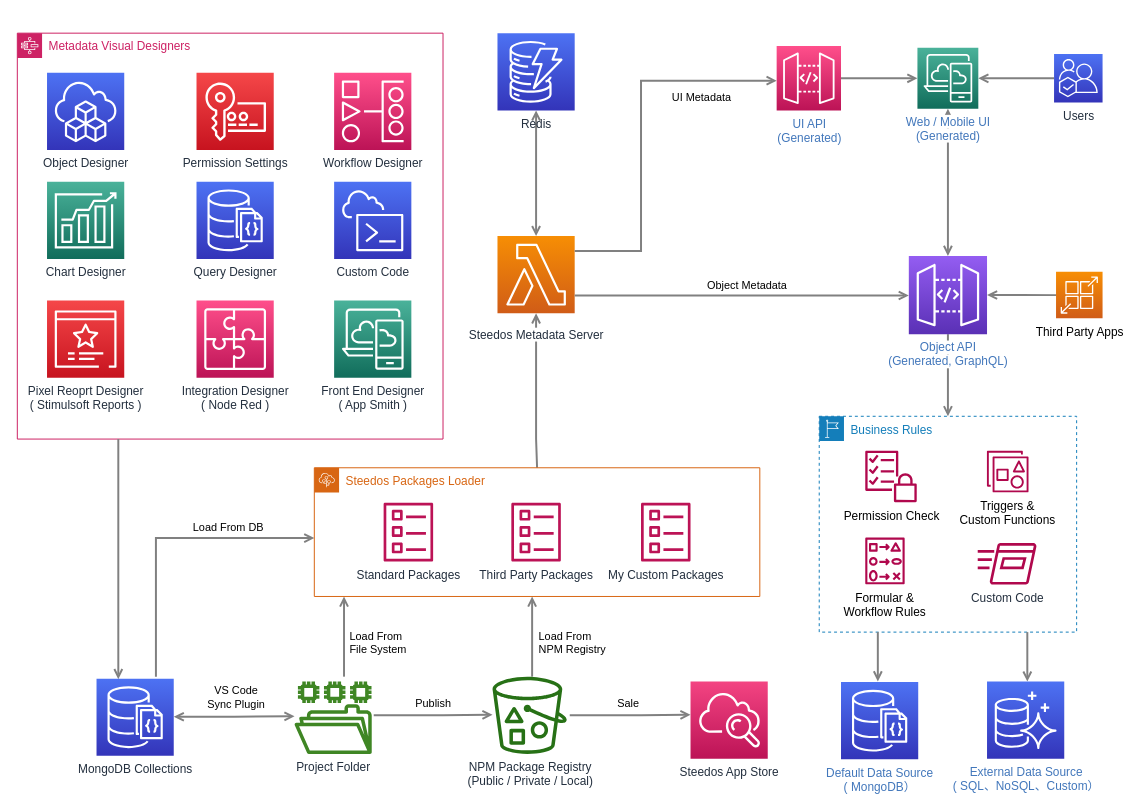
Earlier version of the draw.io diagram docs/diagrams/Steedos Packages.drawio (steedos/steedos-platform). Source tidied: cells renumbered, new cells numbered last; positions are measured from the earlier drawing's top-left corner, leaving out a move shared by most shapes. Both pictures are drawn from the tidied source at 99%, with x=0, y=0 at pixel (17, 33).
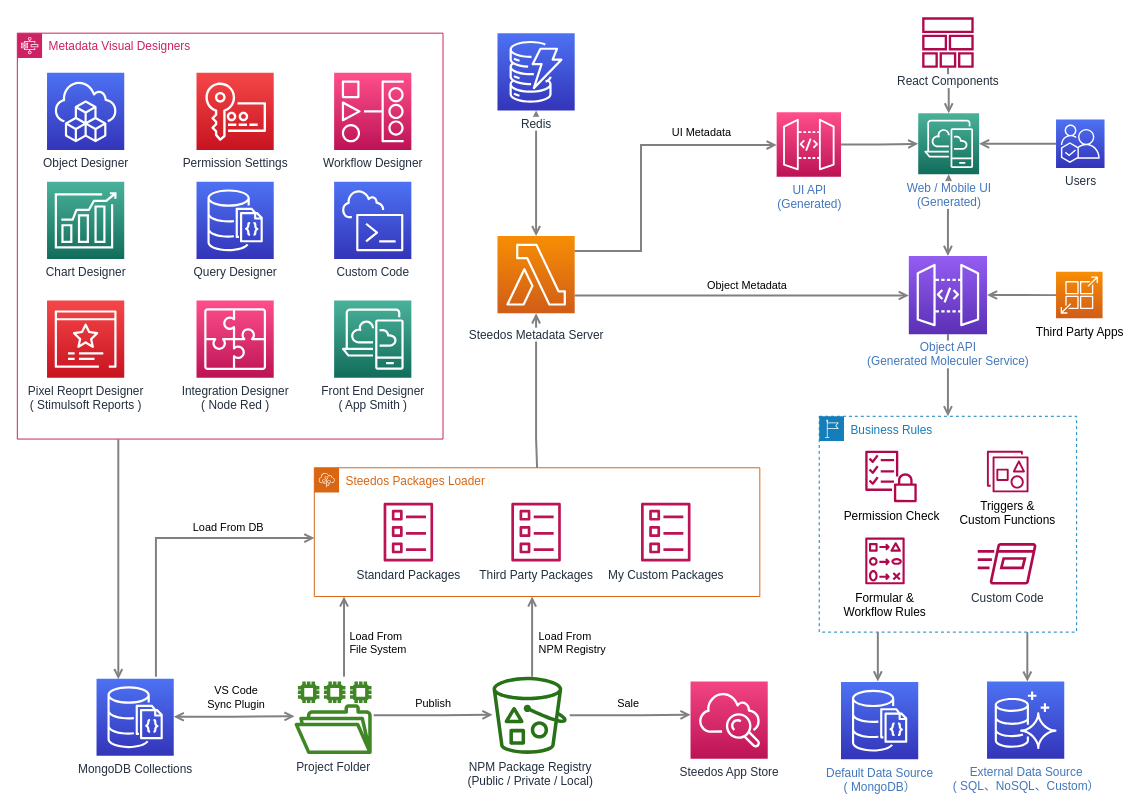
The same page after the edit.

Commit message (it also covers changes not shown here):
steedos packages

Unchanged cells that the change refers to:
```xml
<mxCell id="19" value="Steedos Metadata Server" style="outlineConnect=0;fontColor=#232F3E;gradientColor=#F78E04;gradientDirection=north;fillColor=#D05C17;strokeColor=#ffffff;dashed=0;verticalLabelPosition=bottom;verticalAlign=top;align=center;html=1;fontSize=12;fontStyle=0;shape=mxgraph.aws4.resourceIcon;resIcon=mxgraph.aws4.lambda;labelBackgroundColor=#ffffff;spacingTop=8;" parent="1" vertex="1">
  <mxGeometry x="485" y="205" width="78" height="78" as="geometry" />
</mxCell>
```

Change to the diagram source:
```diff
@@
-    <mxCell id="32" value="Redis" style="sketch=0;points=[[0,0,0],[0.25,0,0],[0.5,0,0],[0.75,0,0],[1,0,0],[0,1,0],[0.25,1,0],[0.5,1,0],[0.75,1,0],[1,1,0],[0,0.25,0],[0,0.5,0],[0,0.75,0],[1,0.25,0],[1,0.5,0],[1,0.75,0]];outlineConnect=0;fontColor=#232F3E;gradientColor=#4D72F3;gradientDirection=north;fillColor=#3334B9;strokeColor=#ffffff;dashed=0;verticalLabelPosition=bottom;verticalAlign=top;align=center;html=1;fontSize=12;fontStyle=0;shape=mxgraph.aws4.resourceIcon;resIcon=mxgraph.aws4.dynamodb;" parent="1" vertex="1">
+    <mxCell id="32" value="&lt;span style=&quot;background-color: rgb(255 , 255 , 255)&quot;&gt;Redis&lt;/span&gt;" style="sketch=0;points=[[0,0,0],[0.25,0,0],[0.5,0,0],[0.75,0,0],[1,0,0],[0,1,0],[0.25,1,0],[0.5,1,0],[0.75,1,0],[1,1,0],[0,0.25,0],[0,0.5,0],[0,0.75,0],[1,0.25,0],[1,0.5,0],[1,0.75,0]];outlineConnect=0;fontColor=#232F3E;gradientColor=#4D72F3;gradientDirection=north;fillColor=#3334B9;strokeColor=#ffffff;dashed=0;verticalLabelPosition=bottom;verticalAlign=top;align=center;html=1;fontSize=12;fontStyle=0;shape=mxgraph.aws4.resourceIcon;resIcon=mxgraph.aws4.dynamodb;" parent="1" vertex="1">
       <mxGeometry x="485" width="78" height="78" as="geometry" />
     </mxCell>
@@
     <mxCell id="34" style="edgeStyle=orthogonalEdgeStyle;rounded=0;jettySize=auto;html=1;startArrow=none;startFill=0;endArrow=open;endFill=0;strokeColor=#808080;strokeWidth=2;" parent="1" edge="1" source="19" target="48">
       <mxGeometry relative="1" as="geometry">
         <Array as="points">
           <mxPoint x="630" y="220" />
-          <mxPoint x="630" y="48" />
+          <mxPoint x="630" y="113" />
         </Array>
       </mxGeometry>
     </mxCell>
@@
     <mxCell id="48" value="&lt;span style=&quot;color: rgb(66 , 119 , 187) ; background-color: rgb(255 , 255 , 255)&quot;&gt;UI API&lt;/span&gt;&lt;br style=&quot;color: rgb(66 , 119 , 187)&quot;&gt;&lt;span style=&quot;color: rgb(66 , 119 , 187) ; background-color: rgb(255 , 255 , 255)&quot;&gt;(Generated)&lt;/span&gt;" style="sketch=0;points=[[0,0,0],[0.25,0,0],[0.5,0,0],[0.75,0,0],[1,0,0],[0,1,0],[0.25,1,0],[0.5,1,0],[0.75,1,0],[1,1,0],[0,0.25,0],[0,0.5,0],[0,0.75,0],[1,0.25,0],[1,0.5,0],[1,0.75,0]];outlineConnect=0;fontColor=#232F3E;gradientColor=#FF4F8B;gradientDirection=north;fillColor=#BC1356;strokeColor=#ffffff;dashed=0;verticalLabelPosition=bottom;verticalAlign=top;align=center;html=1;fontSize=12;fontStyle=0;shape=mxgraph.aws4.resourceIcon;resIcon=mxgraph.aws4.api_gateway;" parent="1" vertex="1">
-      <mxGeometry x="767" y="13" width="65" height="65" as="geometry" />
+      <mxGeometry x="767" y="80" width="65" height="65" as="geometry" />
     </mxCell>
-    <mxCell id="49" value="&lt;span style=&quot;color: rgb(66 , 119 , 187) ; background-color: rgb(255 , 255 , 255)&quot;&gt;Object API&lt;/span&gt;&lt;br style=&quot;color: rgb(66 , 119 , 187)&quot;&gt;&lt;span style=&quot;color: rgb(66 , 119 , 187) ; background-color: rgb(255 , 255 , 255)&quot;&gt;(Generated, GraphQL)&lt;/span&gt;" style="sketch=0;points=[[0,0,0],[0.25,0,0],[0.5,0,0],[0.75,0,0],[1,0,0],[0,1,0],[0.25,1,0],[0.5,1,0],[0.75,1,0],[1,1,0],[0,0.25,0],[0,0.5,0],[0,0.75,0],[1,0.25,0],[1,0.5,0],[1,0.75,0]];outlineConnect=0;fontColor=#232F3E;gradientColor=#945DF2;gradientDirection=north;fillColor=#5A30B5;strokeColor=#ffffff;dashed=0;verticalLabelPosition=bottom;verticalAlign=top;align=center;html=1;fontSize=12;fontStyle=0;shape=mxgraph.aws4.resourceIcon;resIcon=mxgraph.aws4.api_gateway;" parent="1" vertex="1">
+    <mxCell id="49" value="&lt;span style=&quot;color: rgb(66 , 119 , 187) ; background-color: rgb(255 , 255 , 255)&quot;&gt;Object API&lt;/span&gt;&lt;br style=&quot;color: rgb(66 , 119 , 187)&quot;&gt;&lt;span style=&quot;background-color: rgb(255 , 255 , 255)&quot;&gt;&lt;font color=&quot;#4277bb&quot;&gt;(Generated Moleculer Service)&lt;/font&gt;&lt;/span&gt;" style="sketch=0;points=[[0,0,0],[0.25,0,0],[0.5,0,0],[0.75,0,0],[1,0,0],[0,1,0],[0.25,1,0],[0.5,1,0],[0.75,1,0],[1,1,0],[0,0.25,0],[0,0.5,0],[0,0.75,0],[1,0.25,0],[1,0.5,0],[1,0.75,0]];outlineConnect=0;fontColor=#232F3E;gradientColor=#945DF2;gradientDirection=north;fillColor=#5A30B5;strokeColor=#ffffff;dashed=0;verticalLabelPosition=bottom;verticalAlign=top;align=center;html=1;fontSize=12;fontStyle=0;shape=mxgraph.aws4.resourceIcon;resIcon=mxgraph.aws4.api_gateway;" parent="1" vertex="1">
       <mxGeometry x="900.5" y="225" width="79" height="79" as="geometry" />
     </mxCell>
@@
     <mxCell id="55" value="Users" style="sketch=0;points=[[0,0,0],[0.25,0,0],[0.5,0,0],[0.75,0,0],[1,0,0],[0,1,0],[0.25,1,0],[0.5,1,0],[0.75,1,0],[1,1,0],[0,0.25,0],[0,0.5,0],[0,0.75,0],[1,0.25,0],[1,0.5,0],[1,0.75,0]];outlineConnect=0;fontColor=#232F3E;gradientColor=#4D72F3;gradientDirection=north;fillColor=#3334B9;strokeColor=#ffffff;dashed=0;verticalLabelPosition=bottom;verticalAlign=top;align=center;html=1;fontSize=12;fontStyle=0;shape=mxgraph.aws4.resourceIcon;resIcon=mxgraph.aws4.iq;" parent="1" vertex="1">
-      <mxGeometry x="1047.2" y="21" width="49" height="49" as="geometry" />
+      <mxGeometry x="1049.2" y="87.2" width="49" height="49" as="geometry" />
     </mxCell>
     <mxCell id="56" value="&lt;span style=&quot;color: rgb(66 , 119 , 187) ; background-color: rgb(255 , 255 , 255)&quot;&gt;Web / Mobile UI&lt;/span&gt;&lt;br style=&quot;color: rgb(66 , 119 , 187)&quot;&gt;&lt;span style=&quot;color: rgb(66 , 119 , 187) ; background-color: rgb(255 , 255 , 255)&quot;&gt;(Generated)&lt;/span&gt;" style="sketch=0;points=[[0,0,0],[0.25,0,0],[0.5,0,0],[0.75,0,0],[1,0,0],[0,1,0],[0.25,1,0],[0.5,1,0],[0.75,1,0],[1,1,0],[0,0.25,0],[0,0.5,0],[0,0.75,0],[1,0.25,0],[1,0.5,0],[1,0.75,0]];outlineConnect=0;fontColor=#232F3E;gradientColor=#4AB29A;gradientDirection=north;fillColor=#116D5B;strokeColor=#ffffff;dashed=0;verticalLabelPosition=bottom;verticalAlign=top;align=center;html=1;fontSize=12;fontStyle=0;shape=mxgraph.aws4.resourceIcon;resIcon=mxgraph.aws4.desktop_and_app_streaming;" parent="1" vertex="1">
-      <mxGeometry x="909.2" y="14.8" width="61.5" height="61.5" as="geometry" />
+      <mxGeometry x="910" y="81" width="61.5" height="61.5" as="geometry" />
     </mxCell>
@@
+    <mxCell id="61" style="edgeStyle=orthogonalEdgeStyle;rounded=0;jettySize=auto;html=1;startArrow=open;startFill=0;endArrow=none;endFill=0;strokeColor=#808080;strokeWidth=2;" parent="1" edge="1" source="56" target="62">
+      <mxGeometry relative="1" as="geometry" />
+    </mxCell>
+    <mxCell id="62" value="&lt;span style=&quot;background-color: rgb(255 , 255 , 255)&quot;&gt;React Components&lt;/span&gt;" style="sketch=0;outlineConnect=0;fontColor=#232F3E;gradientColor=none;fillColor=#B0084D;strokeColor=none;dashed=0;verticalLabelPosition=bottom;verticalAlign=top;align=center;html=1;fontSize=12;fontStyle=0;shape=mxgraph.aws4.stack;" parent="1" vertex="1">
+      <mxGeometry x="913.8" y="-16" width="52.4" height="51" as="geometry" />
+    </mxCell>
```
